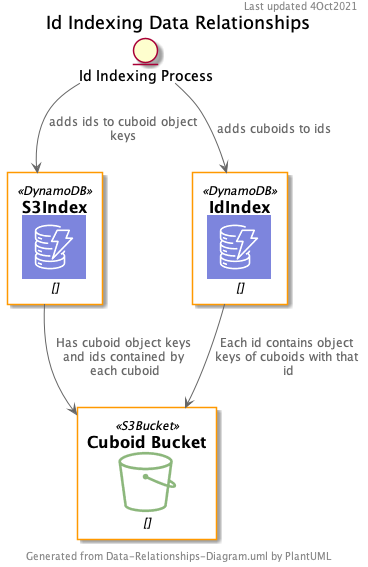
The PlantUML diagram docs/object_indexing/Data-Relationships-Diagram.png in jhuapl-boss/boss-manage, before a commit.
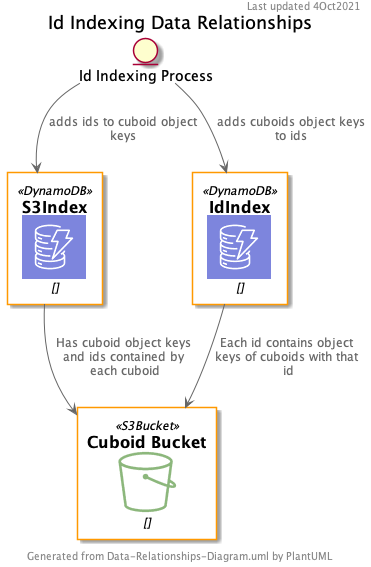
Later version of the same file.

Commit message:
Clarified line caption.

The edit, as a diff of the source:
```diff
@@ -15,6 +15,6 @@
 S3Index --> CuboidBucket : Has cuboid object keys and ids contained by each cuboid
 IdIndex --> CuboidBucket : Each id contains object keys of cuboids with that id
 IDP --> S3Index : adds ids to cuboid object keys
-IDP --> IdIndex : adds cuboids to ids
+IDP --> IdIndex : adds cuboids object keys to ids
 
 @enduml
```
